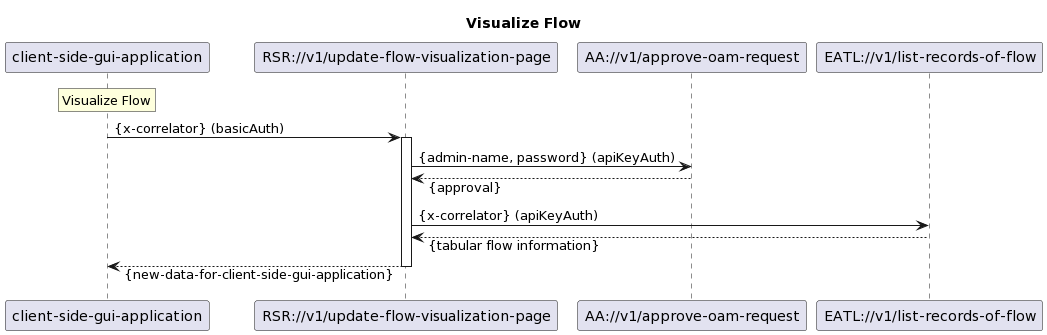
The PlantUML diagram spec/diagrams/03x_visualize_flow.png in sunil-kumar-meena/RequestSequenceRepresentation, before a commit.
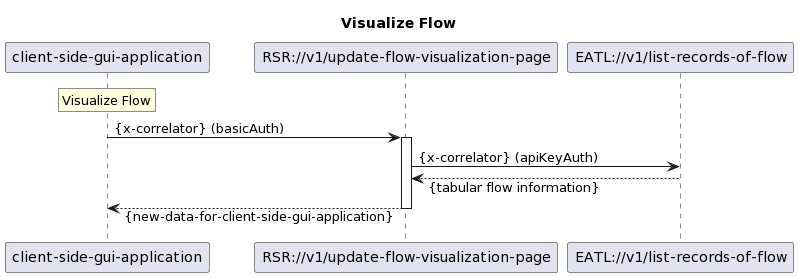
Later version of the same file.

Commit message:
Remove forwarding in diagrams, CONFIG, OAS, ...

The edit, as a diff of the source:
```diff
@@ -5,15 +5,11 @@
 
 participant "client-side-gui-application"
 participant "RSR://v1/update-flow-visualization-page"
-participant "AA://v1/approve-oam-request"
 participant "EATL://v1/list-records-of-flow"
 
 rnote over "client-side-gui-application": Visualize Flow
 "client-side-gui-application" -> "RSR://v1/update-flow-visualization-page": {x-correlator} (basicAuth)
 activate "RSR://v1/update-flow-visualization-page"
-
-"RSR://v1/update-flow-visualization-page" -> "AA://v1/approve-oam-request": {admin-name, password} (apiKeyAuth)
-"AA://v1/approve-oam-request" --> "RSR://v1/update-flow-visualization-page": {approval}
 
 "RSR://v1/update-flow-visualization-page" -> "EATL://v1/list-records-of-flow": {x-correlator} (apiKeyAuth)
 "EATL://v1/list-records-of-flow" --> "RSR://v1/update-flow-visualization-page": {tabular flow information}
```
